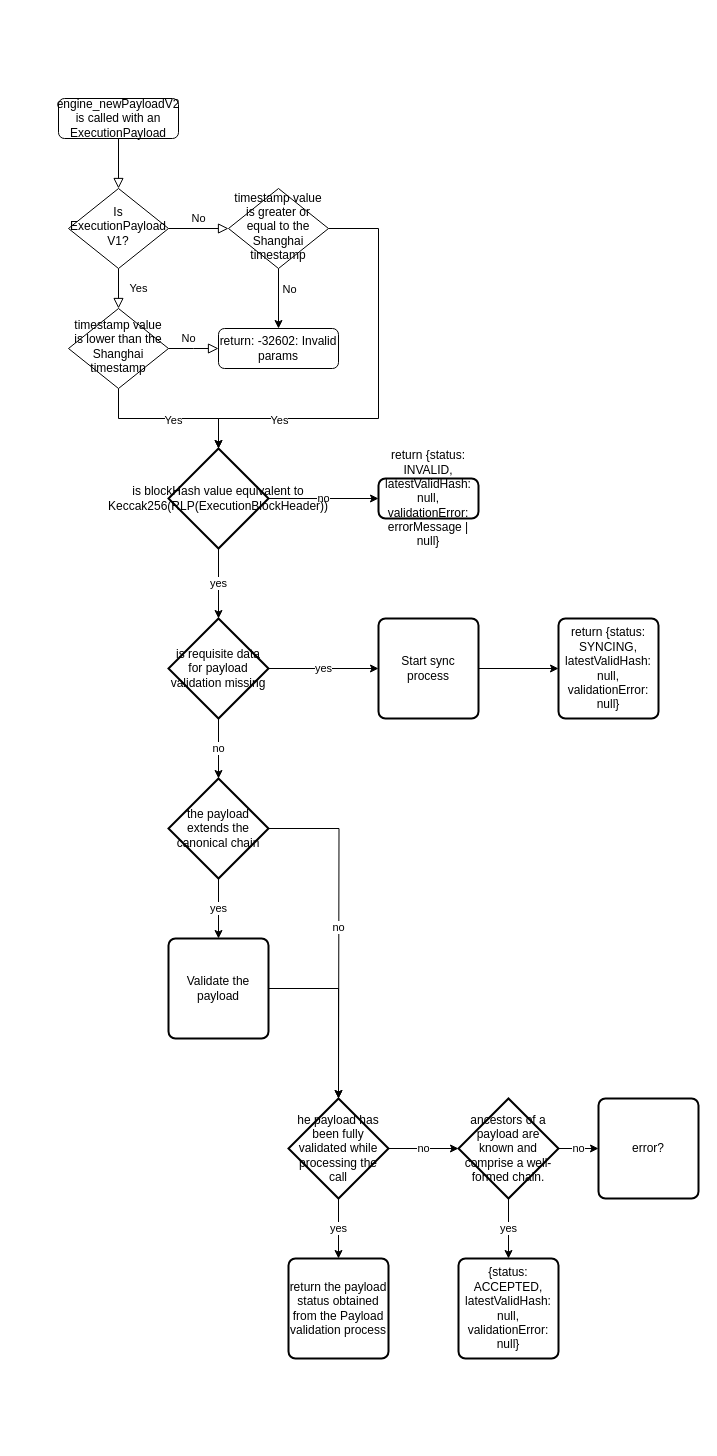
danielrachi1/diagrams keeps this draw.io diagram as backup/engine-api/newPayloadV2.drawio. Above is the earlier version. Source tidied: cells renumbered, new cells numbered last; positions are measured from the earlier drawing's top-left corner, leaving out a move shared by most shapes. Both pictures are drawn from the tidied source at 100%, with x=0, y=0 at pixel (58, 98).
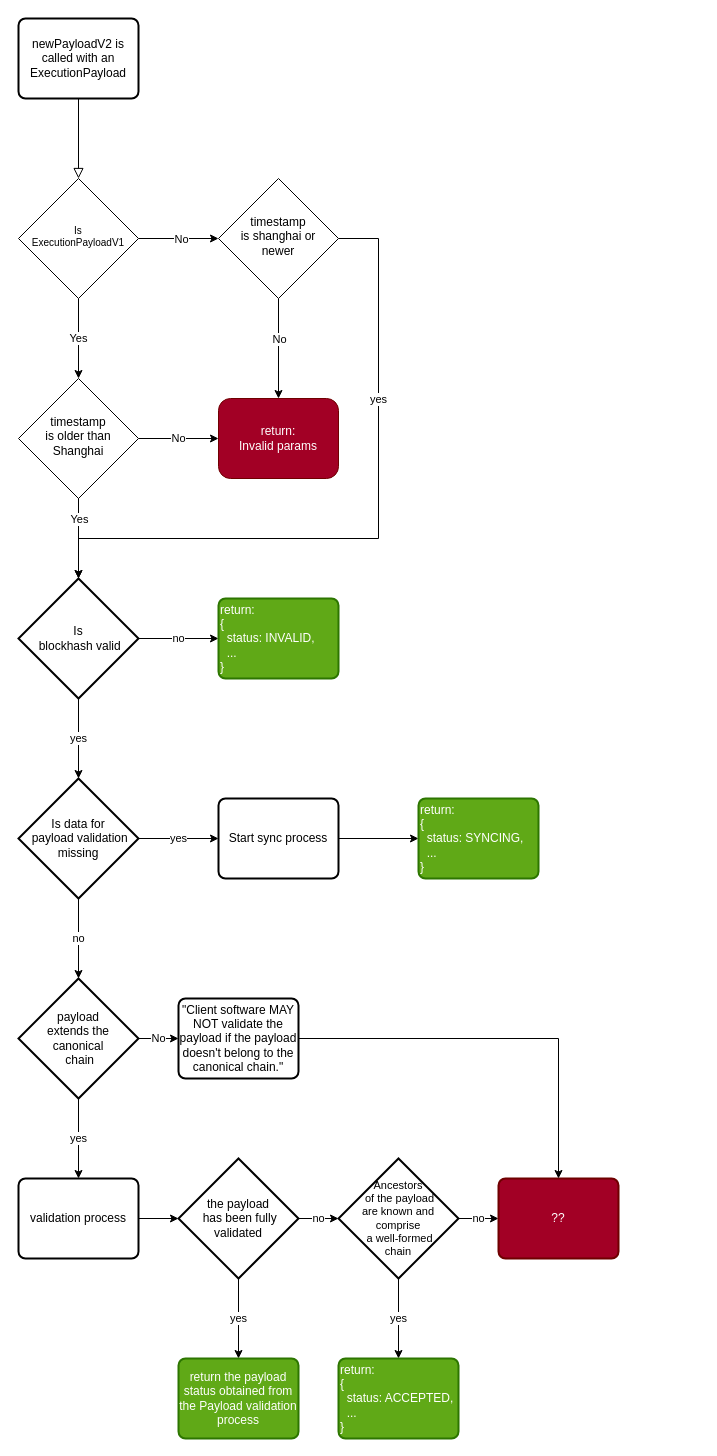
After the change.

Commit message:
Fixes and better looks

The change refers to these unchanged cells:
```xml
<mxCell id="11" style="edgeStyle=orthogonalEdgeStyle;rounded=0;jettySize=auto;html=1;" parent="1" edge="1" source="15" target="16">
  <mxGeometry relative="1" as="geometry" />
</mxCell>
```

Diff of the diagram source:
```diff
@@
-    <mxCell id="2" style="rounded=0;html=1;jettySize=auto;fontSize=11;endArrow=block;endFill=0;endSize=8;strokeWidth=1;shadow=0;labelBackgroundColor=none;edgeStyle=orthogonalEdgeStyle;" parent="1" edge="1" source="3" target="6">
+    <mxCell id="2" style="rounded=0;html=1;jettySize=auto;fontSize=11;endArrow=block;endFill=0;endSize=8;strokeWidth=1;shadow=0;labelBackgroundColor=none;edgeStyle=orthogonalEdgeStyle;exitX=0.5;exitY=1;exitDx=0;exitDy=0;" parent="1" edge="1" source="44" target="6">
       <mxGeometry relative="1" as="geometry" />
     </mxCell>
-    <mxCell id="3" value="engine_newPayloadV2 is called with an ExecutionPayload" style="rounded=1;whiteSpace=wrap;html=1;fontSize=12;glass=0;strokeWidth=1;shadow=0;" parent="1" vertex="1">
-      <mxGeometry width="120" height="40" as="geometry" />
-    </mxCell>
+    <mxCell id="5" style="edgeStyle=orthogonalEdgeStyle;rounded=0;jettySize=auto;html=1;exitX=1;exitY=0.5;exitDx=0;exitDy=0;entryX=0;entryY=0.5;entryDx=0;entryDy=0;" parent="1" edge="1" source="6" target="15">
+      <mxGeometry relative="1" as="geometry" />
+    </mxCell>
+    <mxCell id="41" value="No" style="edgeLabel;html=1;align=center;verticalAlign=middle;" parent="5" vertex="1">
+      <mxGeometry x="0.06" relative="1" as="geometry" />
+    </mxCell>
-    <mxCell id="4" value="Yes" style="rounded=0;html=1;jettySize=auto;fontSize=11;endArrow=block;endFill=0;endSize=8;strokeWidth=1;shadow=0;labelBackgroundColor=none;edgeStyle=orthogonalEdgeStyle;" parent="1" edge="1" source="6" target="10">
-      <mxGeometry y="20" relative="1" as="geometry" />
+    <mxCell id="4" value="Yes" style="edgeStyle=orthogonalEdgeStyle;rounded=0;jettySize=auto;html=1;" parent="1" edge="1" source="6" target="10">
+      <mxGeometry relative="1" as="geometry" />
     </mxCell>
-    <mxCell id="5" value="No" style="edgeStyle=orthogonalEdgeStyle;rounded=0;html=1;jettySize=auto;fontSize=11;endArrow=block;endFill=0;endSize=8;strokeWidth=1;shadow=0;labelBackgroundColor=none;entryX=0;entryY=0.5;entryDx=0;entryDy=0;" parent="1" edge="1" source="6" target="15">
-      <mxGeometry y="10" relative="1" as="geometry" />
-    </mxCell>
-    <mxCell id="6" value="Is ExecutionPayload V1?" style="rhombus;whiteSpace=wrap;html=1;shadow=0;fontFamily=Helvetica;fontSize=12;align=center;strokeWidth=1;spacing=6;spacingTop=-4;" parent="1" vertex="1">
-      <mxGeometry x="10" y="90" width="100" height="80" as="geometry" />
+    <mxCell id="6" value="Is &lt;br style=&quot;font-size: 10px;&quot;&gt;ExecutionPayloadV1" style="rhombus;whiteSpace=wrap;html=1;shadow=0;fontFamily=Helvetica;fontSize=10;align=center;strokeWidth=1;spacing=6;spacingTop=-4;verticalAlign=middle;" parent="1" vertex="1">
+      <mxGeometry x="-40" y="80" width="120" height="120" as="geometry" />
     </mxCell>
-    <mxCell id="7" value="No" style="edgeStyle=orthogonalEdgeStyle;rounded=0;html=1;jettySize=auto;fontSize=11;endArrow=block;endFill=0;endSize=8;strokeWidth=1;shadow=0;labelBackgroundColor=none;" parent="1" edge="1" source="10">
-      <mxGeometry x="-0.21" y="10" relative="1" as="geometry">
-        <mxPoint x="160" y="250" as="targetPoint" />
-      </mxGeometry>
-    </mxCell>
-    <mxCell id="8" style="edgeStyle=orthogonalEdgeStyle;rounded=0;jettySize=auto;html=1;entryX=0.5;entryY=0;entryDx=0;entryDy=0;" parent="1" edge="1" source="10">
+    <mxCell id="8" style="edgeStyle=orthogonalEdgeStyle;rounded=0;jettySize=auto;html=1;entryX=0.5;entryY=0;entryDx=0;entryDy=0;entryPerimeter=0;exitX=0.5;exitY=1;exitDx=0;exitDy=0;" parent="1" edge="1" source="10" target="19">
       <mxGeometry relative="1" as="geometry">
-        <mxPoint x="160" y="350" as="targetPoint" />
         <Array as="points">
-          <mxPoint x="60" y="320" />
-          <mxPoint x="160" y="320" />
+          <mxPoint x="20" y="390" />
+          <mxPoint x="20" y="390" />
         </Array>
       </mxGeometry>
     </mxCell>
     <mxCell id="9" value="Yes" style="edgeLabel;html=1;align=center;verticalAlign=middle;" parent="8" vertex="1">
-      <mxGeometry x="0.05" y="-1" relative="1" as="geometry" />
+      <mxGeometry x="0.05" y="-1" relative="1" as="geometry">
+        <mxPoint x="1" y="-13" as="offset" />
+      </mxGeometry>
     </mxCell>
+    <mxCell id="42" value="No" style="edgeStyle=orthogonalEdgeStyle;rounded=0;jettySize=auto;html=1;entryX=0;entryY=0.5;entryDx=0;entryDy=0;" parent="1" edge="1" source="10" target="16">
+      <mxGeometry relative="1" as="geometry" />
+    </mxCell>
-    <mxCell id="10" value="timestamp value is lower than the Shanghai timestamp" style="rhombus;whiteSpace=wrap;html=1;shadow=0;fontFamily=Helvetica;fontSize=12;align=center;strokeWidth=1;spacing=6;spacingTop=-4;" parent="1" vertex="1">
-      <mxGeometry x="10" y="210" width="100" height="80" as="geometry" />
+    <mxCell id="10" value="timestamp&lt;br style=&quot;font-size: 12px;&quot;&gt;is older than Shanghai" style="rhombus;whiteSpace=wrap;html=1;shadow=0;fontFamily=Helvetica;fontSize=12;align=center;strokeWidth=1;spacing=6;spacingTop=-4;" parent="1" vertex="1">
+      <mxGeometry x="-40" y="280" width="120" height="120" as="geometry" />
     </mxCell>
@@
     <mxCell id="12" value="No" style="edgeLabel;html=1;align=center;verticalAlign=middle;" parent="11" vertex="1">
       <mxGeometry x="-0.32" y="-1" relative="1" as="geometry">
-        <mxPoint x="11" as="offset" />
+        <mxPoint x="1" y="6" as="offset" />
       </mxGeometry>
     </mxCell>
-    <mxCell id="13" style="edgeStyle=orthogonalEdgeStyle;rounded=0;jettySize=auto;html=1;entryX=0.5;entryY=0;entryDx=0;entryDy=0;" parent="1" edge="1" source="15">
-      <mxGeometry relative="1" as="geometry">
-        <mxPoint x="160" y="350" as="targetPoint" />
+    <mxCell id="13" value="yes" style="edgeStyle=orthogonalEdgeStyle;rounded=0;jettySize=auto;html=1;entryX=0.5;entryY=0;entryDx=0;entryDy=0;entryPerimeter=0;exitX=1;exitY=0.5;exitDx=0;exitDy=0;" parent="1" edge="1" source="15" target="19">
+      <mxGeometry x="-0.41" relative="1" as="geometry">
         <Array as="points">
-          <mxPoint x="320" y="130" />
-          <mxPoint x="320" y="320" />
-          <mxPoint x="160" y="320" />
+          <mxPoint x="320" y="140" />
+          <mxPoint x="320" y="440" />
+          <mxPoint x="20" y="440" />
         </Array>
       </mxGeometry>
     </mxCell>
-    <mxCell id="14" value="Yes" style="edgeLabel;html=1;align=center;verticalAlign=middle;" parent="13" vertex="1">
-      <mxGeometry x="-0.29" y="3" relative="1" as="geometry">
-        <mxPoint x="-103" y="88" as="offset" />
-      </mxGeometry>
-    </mxCell>
-    <mxCell id="15" value="timestamp value is greater or equal to the Shanghai timestamp" style="rhombus;whiteSpace=wrap;html=1;shadow=0;fontFamily=Helvetica;fontSize=12;align=center;strokeWidth=1;spacing=6;spacingTop=-4;" parent="1" vertex="1">
-      <mxGeometry x="170" y="90" width="100" height="80" as="geometry" />
+    <mxCell id="15" value="timestamp &lt;br style=&quot;font-size: 12px;&quot;&gt;is shanghai or newer" style="rhombus;whiteSpace=wrap;html=1;shadow=0;fontFamily=Helvetica;fontSize=12;align=center;strokeWidth=1;spacing=6;spacingTop=-4;" parent="1" vertex="1">
+      <mxGeometry x="160" y="80" width="120" height="120" as="geometry" />
     </mxCell>
-    <mxCell id="16" value="return: -32602: Invalid params" style="rounded=1;whiteSpace=wrap;html=1;fontSize=12;glass=0;strokeWidth=1;shadow=0;" parent="1" vertex="1">
-      <mxGeometry x="160" y="230" width="120" height="40" as="geometry" />
+    <mxCell id="16" value="return: &lt;br&gt;Invalid params" style="rounded=1;whiteSpace=wrap;html=1;fontSize=12;glass=0;strokeWidth=1;shadow=0;fillColor=#a20025;fontColor=#ffffff;strokeColor=#6F0000;" parent="1" vertex="1">
+      <mxGeometry x="160" y="300" width="120" height="80" as="geometry" />
     </mxCell>
@@
-    <mxCell id="19" value="is&amp;nbsp;blockHash value equivalent to Keccak256(RLP(ExecutionBlockHeader))" style="strokeWidth=2;html=1;shape=mxgraph.flowchart.decision;whiteSpace=wrap;" parent="1" vertex="1">
-      <mxGeometry x="110" y="350" width="100" height="100" as="geometry" />
+    <mxCell id="19" value="Is&lt;br&gt;&amp;nbsp;blockhash valid" style="strokeWidth=2;html=1;shape=mxgraph.flowchart.decision;whiteSpace=wrap;" parent="1" vertex="1">
+      <mxGeometry x="-40" y="480" width="120" height="120" as="geometry" />
     </mxCell>
-    <mxCell id="20" value="return&amp;nbsp;{status: INVALID, latestValidHash: null, validationError: errorMessage | null}" style="rounded=1;whiteSpace=wrap;html=1;absoluteArcSize=1;arcSize=14;strokeWidth=2;" parent="1" vertex="1">
-      <mxGeometry x="320" y="380" width="100" height="40" as="geometry" />
+    <mxCell id="20" value="return:&lt;br&gt;&lt;div style=&quot;&quot;&gt;&lt;span style=&quot;background-color: initial;&quot;&gt;{&lt;/span&gt;&lt;/div&gt;&lt;div style=&quot;&quot;&gt;&lt;span style=&quot;background-color: initial;&quot;&gt;&amp;nbsp; status: INVALID,&lt;/span&gt;&lt;/div&gt;&lt;div style=&quot;&quot;&gt;&lt;span style=&quot;background-color: initial;&quot;&gt;&amp;nbsp; &lt;/span&gt;&lt;span style=&quot;background-color: initial;&quot;&gt;...&lt;/span&gt;&lt;/div&gt;&lt;div style=&quot;&quot;&gt;&lt;span style=&quot;background-color: initial;&quot;&gt;}&lt;/span&gt;&lt;/div&gt;" style="rounded=1;whiteSpace=wrap;html=1;absoluteArcSize=1;arcSize=14;strokeWidth=2;align=left;fillColor=#60a917;fontColor=#ffffff;strokeColor=#2D7600;" parent="1" vertex="1">
+      <mxGeometry x="160" y="500" width="120" height="80" as="geometry" />
     </mxCell>
@@
-    <mxCell id="23" value="is requisite data for payload validation missing" style="strokeWidth=2;html=1;shape=mxgraph.flowchart.decision;whiteSpace=wrap;" parent="1" vertex="1">
-      <mxGeometry x="110" y="520" width="100" height="100" as="geometry" />
+    <mxCell id="23" value="Is data for&lt;br&gt;&amp;nbsp;payload validation missing" style="strokeWidth=2;html=1;shape=mxgraph.flowchart.decision;whiteSpace=wrap;" parent="1" vertex="1">
+      <mxGeometry x="-40" y="680" width="120" height="120" as="geometry" />
     </mxCell>
@@
     <mxCell id="25" value="Start sync process" style="rounded=1;whiteSpace=wrap;html=1;absoluteArcSize=1;arcSize=14;strokeWidth=2;" parent="1" vertex="1">
-      <mxGeometry x="320" y="520" width="100" height="100" as="geometry" />
+      <mxGeometry x="160" y="700" width="120" height="80" as="geometry" />
     </mxCell>
@@
-    <mxCell id="27" value="Validate the payload" style="rounded=1;whiteSpace=wrap;html=1;absoluteArcSize=1;arcSize=14;strokeWidth=2;" parent="1" vertex="1">
-      <mxGeometry x="110" y="840" width="100" height="100" as="geometry" />
+    <mxCell id="27" value="validation process" style="rounded=1;whiteSpace=wrap;html=1;absoluteArcSize=1;arcSize=14;strokeWidth=2;" parent="1" vertex="1">
+      <mxGeometry x="-40" y="1080" width="120" height="80" as="geometry" />
     </mxCell>
@@
-    <mxCell id="29" value="no" style="edgeStyle=orthogonalEdgeStyle;rounded=0;jettySize=auto;html=1;" parent="1" edge="1" source="30">
-      <mxGeometry relative="1" as="geometry">
-        <mxPoint x="280" y="1000" as="targetPoint" />
-      </mxGeometry>
-    </mxCell>
+    <mxCell id="43" value="No" style="edgeStyle=orthogonalEdgeStyle;rounded=0;jettySize=auto;html=1;" parent="1" edge="1" source="30" target="46">
+      <mxGeometry relative="1" as="geometry" />
+    </mxCell>
-    <mxCell id="30" value="the payload extends the canonical chain" style="strokeWidth=2;html=1;shape=mxgraph.flowchart.decision;whiteSpace=wrap;" parent="1" vertex="1">
-      <mxGeometry x="110" y="680" width="100" height="100" as="geometry" />
+    <mxCell id="30" value="payload &lt;br&gt;extends the &lt;br&gt;canonical&lt;br&gt;&amp;nbsp;chain" style="strokeWidth=2;html=1;shape=mxgraph.flowchart.decision;whiteSpace=wrap;" parent="1" vertex="1">
+      <mxGeometry x="-40" y="880" width="120" height="120" as="geometry" />
     </mxCell>
-    <mxCell id="31" value="return&amp;nbsp;{status: SYNCING, latestValidHash: null, validationError: null}" style="rounded=1;whiteSpace=wrap;html=1;absoluteArcSize=1;arcSize=14;strokeWidth=2;" parent="1" vertex="1">
-      <mxGeometry x="500" y="520" width="100" height="100" as="geometry" />
+    <mxCell id="31" value="return:&lt;br&gt;{&lt;br&gt;&amp;nbsp; status: SYNCING,&lt;br&gt;&amp;nbsp; ...&lt;br&gt;}" style="rounded=1;whiteSpace=wrap;html=1;absoluteArcSize=1;arcSize=14;strokeWidth=2;align=left;fillColor=#60a917;fontColor=#ffffff;strokeColor=#2D7600;" parent="1" vertex="1">
+      <mxGeometry x="360" y="700" width="120" height="80" as="geometry" />
     </mxCell>
@@
-    <mxCell id="34" value="he payload has been fully validated while processing the call" style="strokeWidth=2;html=1;shape=mxgraph.flowchart.decision;whiteSpace=wrap;" parent="1" vertex="1">
-      <mxGeometry x="230" y="1000" width="100" height="100" as="geometry" />
+    <mxCell id="34" value="the payload&lt;br&gt;&amp;nbsp;has been fully validated" style="strokeWidth=2;html=1;shape=mxgraph.flowchart.decision;whiteSpace=wrap;" parent="1" vertex="1">
+      <mxGeometry x="120" y="1060" width="120" height="120" as="geometry" />
     </mxCell>
-    <mxCell id="35" value="return the payload status obtained from the Payload validation process" style="rounded=1;whiteSpace=wrap;html=1;absoluteArcSize=1;arcSize=14;strokeWidth=2;" parent="1" vertex="1">
-      <mxGeometry x="230" y="1160" width="100" height="100" as="geometry" />
+    <mxCell id="35" value="return the payload status obtained from the Payload validation process" style="rounded=1;whiteSpace=wrap;html=1;absoluteArcSize=1;arcSize=14;strokeWidth=2;fillColor=#60a917;fontColor=#ffffff;strokeColor=#2D7600;" parent="1" vertex="1">
+      <mxGeometry x="120" y="1260" width="120" height="80" as="geometry" />
     </mxCell>
@@
-    <mxCell id="38" value="ancestors of a payload are known and comprise a well-formed chain." style="strokeWidth=2;html=1;shape=mxgraph.flowchart.decision;whiteSpace=wrap;" parent="1" vertex="1">
-      <mxGeometry x="400" y="1000" width="100" height="100" as="geometry" />
+    <mxCell id="38" value="Ancestors&lt;br style=&quot;font-size: 11px;&quot;&gt;&amp;nbsp;of the payload &lt;br&gt;are known and comprise&lt;br&gt;&amp;nbsp;a well-formed &lt;br&gt;chain" style="strokeWidth=2;html=1;shape=mxgraph.flowchart.decision;whiteSpace=wrap;fontSize=11;" parent="1" vertex="1">
+      <mxGeometry x="280" y="1060" width="120" height="120" as="geometry" />
     </mxCell>
-    <mxCell id="39" value="{status: ACCEPTED, latestValidHash: null, validationError: null}" style="rounded=1;whiteSpace=wrap;html=1;absoluteArcSize=1;arcSize=14;strokeWidth=2;" parent="1" vertex="1">
-      <mxGeometry x="400" y="1160" width="100" height="100" as="geometry" />
+    <mxCell id="39" value="return: &lt;br&gt;{&lt;br&gt;&amp;nbsp; status: ACCEPTED,&amp;nbsp; &amp;nbsp; ...&lt;br&gt;}" style="rounded=1;whiteSpace=wrap;html=1;absoluteArcSize=1;arcSize=14;strokeWidth=2;align=left;fillColor=#60a917;fontColor=#ffffff;strokeColor=#2D7600;" parent="1" vertex="1">
+      <mxGeometry x="280" y="1260" width="120" height="80" as="geometry" />
     </mxCell>
-    <mxCell id="40" value="error?" style="rounded=1;whiteSpace=wrap;html=1;absoluteArcSize=1;arcSize=14;strokeWidth=2;" parent="1" vertex="1">
-      <mxGeometry x="540" y="1000" width="100" height="100" as="geometry" />
+    <mxCell id="40" value="??" style="rounded=1;whiteSpace=wrap;html=1;absoluteArcSize=1;arcSize=14;strokeWidth=2;fillColor=#a20025;fontColor=#ffffff;strokeColor=#6F0000;" parent="1" vertex="1">
+      <mxGeometry x="440" y="1080" width="120" height="80" as="geometry" />
     </mxCell>
+    <mxCell id="44" value="&lt;span style=&quot;font-family: Helvetica; font-size: 12px; font-style: normal; font-variant-ligatures: normal; font-variant-caps: normal; font-weight: 400; letter-spacing: normal; orphans: 2; text-align: center; text-indent: 0px; text-transform: none; widows: 2; word-spacing: 0px; -webkit-text-stroke-width: 0px; text-decoration-thickness: initial; text-decoration-style: initial; text-decoration-color: initial; float: none; display: inline !important;&quot;&gt;newPayloadV2 is called with an ExecutionPayload&lt;/span&gt;" style="rounded=1;whiteSpace=wrap;html=1;absoluteArcSize=1;arcSize=14;strokeWidth=2;fontColor=default;labelBackgroundColor=none;" parent="1" vertex="1">
+      <mxGeometry x="-40" y="-80" width="120" height="80" as="geometry" />
+    </mxCell>
+    <mxCell id="45" style="edgeStyle=orthogonalEdgeStyle;rounded=0;jettySize=auto;html=1;entryX=0.5;entryY=0;entryDx=0;entryDy=0;" parent="1" edge="1" source="46" target="40">
+      <mxGeometry relative="1" as="geometry" />
+    </mxCell>
+    <mxCell id="46" value="&quot;Client software MAY NOT validate the payload if the payload doesn't belong to the canonical chain.&quot;" style="rounded=1;whiteSpace=wrap;html=1;absoluteArcSize=1;arcSize=14;strokeWidth=2;" parent="1" vertex="1">
+      <mxGeometry x="120" y="900" width="120" height="80" as="geometry" />
+    </mxCell>
```
